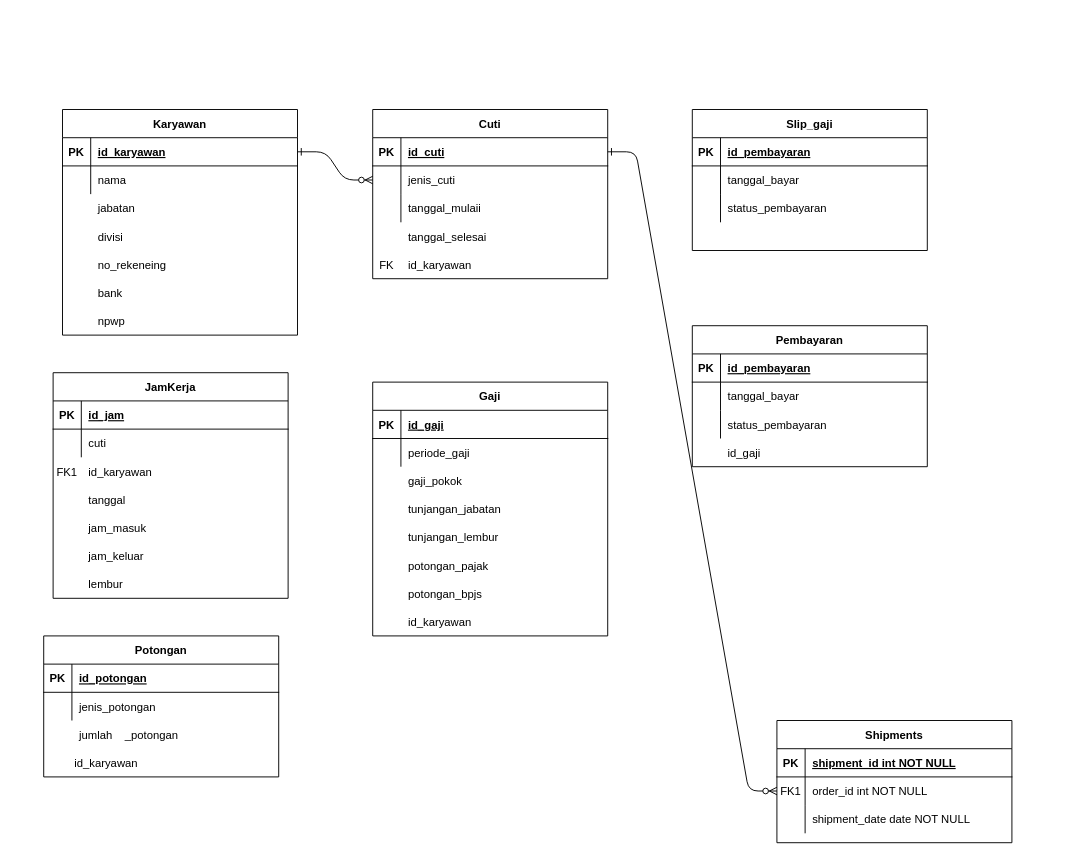
Earlier version of the draw.io diagram Untitled Diagram.drawio (Wigunagun/frontend). Source tidied: cells renumbered, new cells numbered last; positions are measured from the earlier drawing's top-left corner, leaving out a move shared by most shapes. Both pictures are drawn from the tidied source at 94%, with x=0, y=0 at pixel (43, 109).
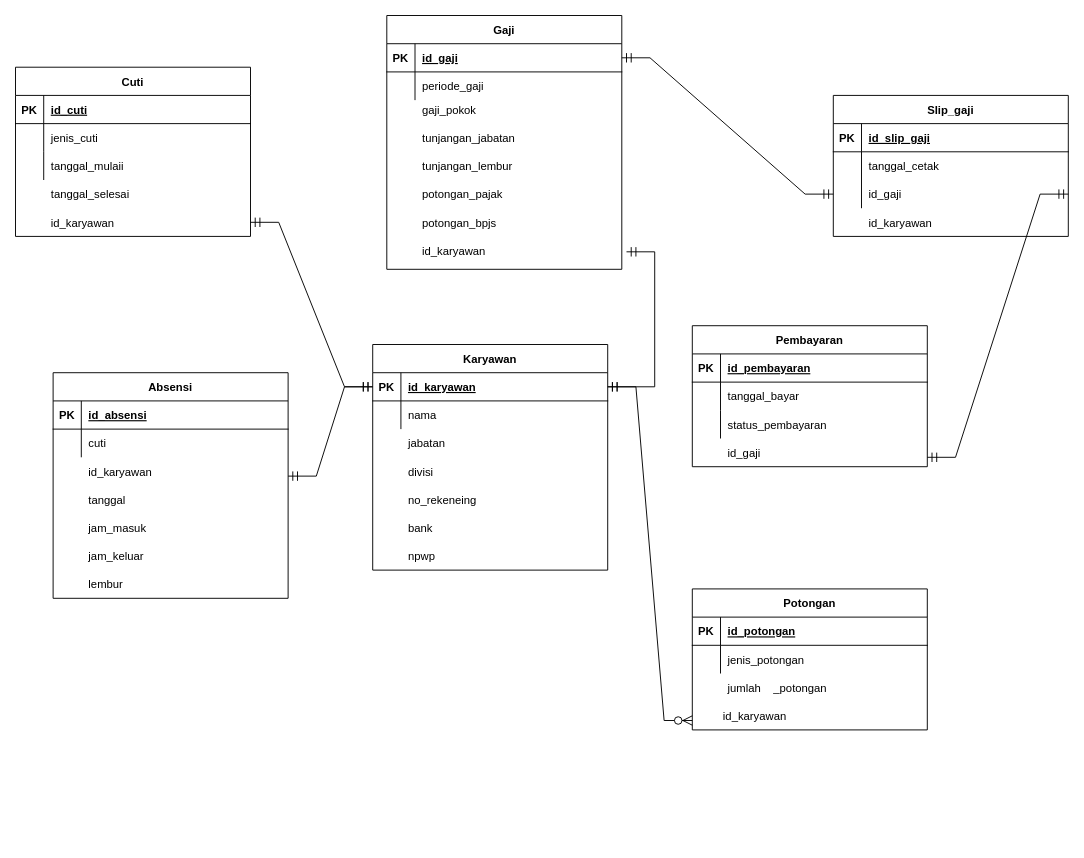
Above is the later version.

Commit message (it also covers changes not shown here):
ERD PAYROLL

Unchanged cells that the change refers to:
```xml
<mxCell id="5" style="shape=partialRectangle;fillColor=none;points=[[0,0.5],[1,0.5]];portConstraint=eastwest;top=0;left=0;right=0;bottom=1;" parent="4" vertex="1">
  <mxGeometry y="30" width="250" height="30" as="geometry" />
</mxCell>
<mxCell id="8" style="shape=partialRectangle;fillColor=none;points=[[0,0.5],[1,0.5]];portConstraint=eastwest;top=0;left=0;right=0;bottom=0;" parent="4" vertex="1">
  <mxGeometry y="60" width="250" height="30" as="geometry" />
</mxCell>
<mxCell id="25" style="shape=partialRectangle;fillColor=none;points=[[0,0.5],[1,0.5]];portConstraint=eastwest;top=0;left=0;right=0;bottom=1;" parent="24" vertex="1">
  <mxGeometry y="30" width="250" height="30" as="geometry" />
</mxCell>
<mxCell id="40" style="shape=partialRectangle;fillColor=none;top=0;left=0;right=0;bottom=1;" parent="39" vertex="1">
  <mxGeometry y="30" width="250" height="30" as="geometry" />
</mxCell>
<mxCell id="62" style="shape=partialRectangle;fillColor=none;points=[[0,0.5],[1,0.5]];portConstraint=eastwest;top=0;left=0;right=0;bottom=1;" parent="61" vertex="1">
  <mxGeometry y="30" width="250" height="30" as="geometry" />
</mxCell>
<mxCell id="86" style="shape=partialRectangle;fillColor=none;top=0;left=0;right=0;bottom=1;" parent="85" vertex="1">
  <mxGeometry y="30" width="250" height="30" as="geometry" />
</mxCell>
<mxCell id="89" style="shape=partialRectangle;fillColor=none;top=0;left=0;right=0;bottom=0;" parent="85" vertex="1">
  <mxGeometry y="60" width="250" height="30" as="geometry" />
</mxCell>
<mxCell id="92" style="shape=partialRectangle;fillColor=none;points=[[0,0.5],[1,0.5]];portConstraint=eastwest;top=0;left=0;right=0;bottom=0;" parent="85" vertex="1">
  <mxGeometry y="90" width="250" height="30" as="geometry" />
</mxCell>
```

What changed in the source:
```diff
@@
-    <mxCell id="2" style="edgeStyle=entityRelationEdgeStyle;endArrow=ERzeroToMany;startArrow=ERone;endFill=1;startFill=0;" parent="1" edge="1" source="25" target="8">
-      <mxGeometry relative="1" as="geometry" />
-    </mxCell>
-    <mxCell id="3" style="edgeStyle=entityRelationEdgeStyle;endArrow=ERzeroToMany;startArrow=ERone;endFill=1;startFill=0;" parent="1" edge="1" source="5" target="18">
-      <mxGeometry relative="1" as="geometry" />
-    </mxCell>
     <mxCell id="4" value="Cuti" style="shape=table;startSize=30;childLayout=tableLayout;rowLines=0;fontStyle=1;align=center;" parent="1" vertex="1">
-      <mxGeometry x="350" width="250" height="180" as="geometry" />
+      <mxGeometry x="-30" y="-45" width="250" height="180" as="geometry" />
     </mxCell>
@@
-    <mxCell id="14" value="Shipments" style="shape=table;startSize=30;childLayout=tableLayout;rowLines=0;fontStyle=1;align=center;" parent="1" vertex="1">
-      <mxGeometry x="780" y="650" width="250" height="130" as="geometry" />
-    </mxCell>
-    <mxCell id="15" style="shape=partialRectangle;fillColor=none;top=0;left=0;right=0;bottom=1;" parent="14" vertex="1">
-      <mxGeometry y="30" width="250" height="30" as="geometry" />
-    </mxCell>
-    <mxCell id="16" value="PK" style="shape=partialRectangle;overflow=hidden;fillColor=none;top=0;left=0;bottom=0;right=0;fontStyle=1;" parent="15" vertex="1">
-      <mxGeometry width="30" height="30" as="geometry" />
-    </mxCell>
-    <mxCell id="17" value="shipment_id int NOT NULL " style="shape=partialRectangle;overflow=hidden;fillColor=none;top=0;left=0;bottom=0;right=0;align=left;spacingLeft=6;fontStyle=5;" parent="15" vertex="1">
-      <mxGeometry x="30" width="220" height="30" as="geometry" />
-    </mxCell>
-    <mxCell id="18" style="shape=partialRectangle;fillColor=none;points=[[0,0.5],[1,0.5]];portConstraint=eastwest;top=0;left=0;right=0;bottom=0;" parent="14" vertex="1">
-      <mxGeometry y="60" width="250" height="30" as="geometry" />
-    </mxCell>
-    <mxCell id="19" value="FK1" style="shape=partialRectangle;overflow=hidden;fillColor=none;top=0;left=0;bottom=0;right=0;" parent="18" vertex="1">
-      <mxGeometry width="30" height="30" as="geometry" />
-    </mxCell>
-    <mxCell id="20" value="order_id int NOT NULL" style="shape=partialRectangle;overflow=hidden;fillColor=none;top=0;left=0;bottom=0;right=0;align=left;spacingLeft=6;" parent="18" vertex="1">
-      <mxGeometry x="30" width="220" height="30" as="geometry" />
-    </mxCell>
-    <mxCell id="21" style="shape=partialRectangle;fillColor=none;top=0;left=0;right=0;bottom=0;" parent="14" vertex="1">
-      <mxGeometry y="90" width="250" height="30" as="geometry" />
-    </mxCell>
-    <mxCell id="22" style="shape=partialRectangle;overflow=hidden;fillColor=none;top=0;left=0;bottom=0;right=0;" parent="21" vertex="1">
-      <mxGeometry width="30" height="30" as="geometry" />
-    </mxCell>
-    <mxCell id="23" value="shipment_date date NOT NULL" style="shape=partialRectangle;overflow=hidden;fillColor=none;top=0;left=0;bottom=0;right=0;align=left;spacingLeft=6;" parent="21" vertex="1">
-      <mxGeometry x="30" width="220" height="30" as="geometry" />
-    </mxCell>
     <mxCell id="24" value="Karyawan" style="shape=table;startSize=30;childLayout=tableLayout;rowLines=0;fontStyle=1;align=center;" parent="1" vertex="1">
-      <mxGeometry x="20" width="250" height="240" as="geometry" />
+      <mxGeometry x="350" y="250" width="250" height="240" as="geometry" />
     </mxCell>
@@
     <mxCell id="31" value="jabatan " style="shape=partialRectangle;overflow=hidden;fillColor=none;top=0;left=0;bottom=0;right=0;align=left;spacingLeft=6;" parent="1" vertex="1">
-      <mxGeometry x="50" y="90" width="220" height="30" as="geometry" />
+      <mxGeometry x="380" y="340" width="220" height="30" as="geometry" />
     </mxCell>
     <mxCell id="32" value="divisi " style="shape=partialRectangle;overflow=hidden;fillColor=none;top=0;left=0;bottom=0;right=0;align=left;spacingLeft=6;" parent="1" vertex="1">
-      <mxGeometry x="50" y="120" width="220" height="30" as="geometry" />
+      <mxGeometry x="380" y="370" width="220" height="30" as="geometry" />
     </mxCell>
     <mxCell id="33" value="no_rekeneing" style="shape=partialRectangle;overflow=hidden;fillColor=none;top=0;left=0;bottom=0;right=0;align=left;spacingLeft=6;" parent="1" vertex="1">
-      <mxGeometry x="50" y="150" width="220" height="30" as="geometry" />
+      <mxGeometry x="380" y="400" width="220" height="30" as="geometry" />
     </mxCell>
     <mxCell id="34" value="bank" style="shape=partialRectangle;overflow=hidden;fillColor=none;top=0;left=0;bottom=0;right=0;align=left;spacingLeft=6;" parent="1" vertex="1">
-      <mxGeometry x="50" y="180" width="220" height="30" as="geometry" />
+      <mxGeometry x="380" y="430" width="220" height="30" as="geometry" />
     </mxCell>
     <mxCell id="35" value="npwp" style="shape=partialRectangle;overflow=hidden;fillColor=none;top=0;left=0;bottom=0;right=0;align=left;spacingLeft=6;" parent="1" vertex="1">
-      <mxGeometry x="50" y="210" width="220" height="30" as="geometry" />
+      <mxGeometry x="380" y="460" width="220" height="30" as="geometry" />
     </mxCell>
     <mxCell id="36" value="tanggal_selesai" style="shape=partialRectangle;overflow=hidden;fillColor=none;top=0;left=0;bottom=0;right=0;align=left;spacingLeft=6;" parent="1" vertex="1">
-      <mxGeometry x="380" y="120" width="220" height="30" as="geometry" />
+      <mxGeometry y="75" width="220" height="30" as="geometry" />
     </mxCell>
     <mxCell id="37" value="id_karyawan" style="shape=partialRectangle;overflow=hidden;fillColor=none;top=0;left=0;bottom=0;right=0;align=left;spacingLeft=6;" parent="1" vertex="1">
-      <mxGeometry x="380" y="150" width="220" height="30" as="geometry" />
+      <mxGeometry y="105" width="220" height="30" as="geometry" />
     </mxCell>
-    <mxCell id="38" value="FK" style="shape=partialRectangle;overflow=hidden;fillColor=none;top=0;left=0;bottom=0;right=0;" parent="1" vertex="1">
-      <mxGeometry x="350" y="150" width="30" height="30" as="geometry" />
-    </mxCell>
-    <mxCell id="39" value="JamKerja" style="shape=table;startSize=30;childLayout=tableLayout;rowLines=0;fontStyle=1;align=center;" parent="1" vertex="1">
+    <mxCell id="39" value="Absensi" style="shape=table;startSize=30;childLayout=tableLayout;rowLines=0;fontStyle=1;align=center;" parent="1" vertex="1">
       <mxGeometry x="10" y="280" width="250" height="240" as="geometry" />
     </mxCell>
@@
-    <mxCell id="42" value="id_jam" style="shape=partialRectangle;overflow=hidden;fillColor=none;top=0;left=0;bottom=0;right=0;align=left;spacingLeft=6;fontStyle=5;" parent="40" vertex="1">
+    <mxCell id="42" value="id_absensi" style="shape=partialRectangle;overflow=hidden;fillColor=none;top=0;left=0;bottom=0;right=0;align=left;spacingLeft=6;fontStyle=5;" parent="40" vertex="1">
       <mxGeometry x="30" width="220" height="30" as="geometry" />
     </mxCell>
@@
-    <mxCell id="51" value="FK1" style="shape=partialRectangle;overflow=hidden;fillColor=none;top=0;left=0;bottom=0;right=0;" parent="1" vertex="1">
-      <mxGeometry x="10" y="370" width="30" height="30" as="geometry" />
-    </mxCell>
     <mxCell id="52" value="Potongan" style="shape=table;startSize=30;childLayout=tableLayout;rowLines=0;fontStyle=1;align=center;" parent="1" vertex="1">
-      <mxGeometry y="560" width="250" height="150" as="geometry" />
+      <mxGeometry x="690" y="510" width="250" height="150" as="geometry" />
     </mxCell>
@@
     <mxCell id="59" value="jumlah    _potongan" style="shape=partialRectangle;overflow=hidden;fillColor=none;top=0;left=0;bottom=0;right=0;align=left;spacingLeft=6;" parent="1" vertex="1">
-      <mxGeometry x="30" y="650" width="220" height="30" as="geometry" />
+      <mxGeometry x="720" y="600" width="220" height="30" as="geometry" />
     </mxCell>
     <mxCell id="60" value="id_karyawan" style="shape=partialRectangle;overflow=hidden;fillColor=none;top=0;left=0;bottom=0;right=0;align=left;spacingLeft=6;" parent="1" vertex="1">
-      <mxGeometry x="25" y="680" width="220" height="30" as="geometry" />
+      <mxGeometry x="715" y="630" width="220" height="30" as="geometry" />
     </mxCell>
     <mxCell id="61" value="Gaji" style="shape=table;startSize=30;childLayout=tableLayout;rowLines=0;fontStyle=1;align=center;" parent="1" vertex="1">
-      <mxGeometry x="350" y="290" width="250" height="270" as="geometry" />
+      <mxGeometry x="365" y="-100" width="250" height="270" as="geometry" />
     </mxCell>
@@
     <mxCell id="68" value="gaji_pokok" style="shape=partialRectangle;overflow=hidden;fillColor=none;top=0;left=0;bottom=0;right=0;align=left;spacingLeft=6;" parent="1" vertex="1">
-      <mxGeometry x="380" y="380" width="220" height="30" as="geometry" />
+      <mxGeometry x="395" y="-15" width="220" height="30" as="geometry" />
     </mxCell>
     <mxCell id="69" value="tunjangan_jabatan" style="shape=partialRectangle;overflow=hidden;fillColor=none;top=0;left=0;bottom=0;right=0;align=left;spacingLeft=6;" parent="1" vertex="1">
-      <mxGeometry x="380" y="410" width="220" height="30" as="geometry" />
+      <mxGeometry x="395" y="15" width="220" height="30" as="geometry" />
     </mxCell>
     <mxCell id="70" value="potongan_bpjs" style="shape=partialRectangle;overflow=hidden;fillColor=none;top=0;left=0;bottom=0;right=0;align=left;spacingLeft=6;" parent="1" vertex="1">
-      <mxGeometry x="380" y="500" width="220" height="30" as="geometry" />
+      <mxGeometry x="395" y="105" width="220" height="30" as="geometry" />
     </mxCell>
     <mxCell id="71" value="tunjangan_lembur" style="shape=partialRectangle;overflow=hidden;fillColor=none;top=0;left=0;bottom=0;right=0;align=left;spacingLeft=6;" parent="1" vertex="1">
-      <mxGeometry x="380" y="440" width="220" height="30" as="geometry" />
+      <mxGeometry x="395" y="45" width="220" height="30" as="geometry" />
     </mxCell>
     <mxCell id="72" value="potongan_pajak" style="shape=partialRectangle;overflow=hidden;fillColor=none;top=0;left=0;bottom=0;right=0;align=left;spacingLeft=6;" parent="1" vertex="1">
-      <mxGeometry x="380" y="470" width="220" height="30" as="geometry" />
+      <mxGeometry x="395" y="75" width="220" height="30" as="geometry" />
     </mxCell>
     <mxCell id="73" value="id_karyawan" style="shape=partialRectangle;overflow=hidden;fillColor=none;top=0;left=0;bottom=0;right=0;align=left;spacingLeft=6;" parent="1" vertex="1">
-      <mxGeometry x="380" y="530" width="220" height="30" as="geometry" />
+      <mxGeometry x="395" y="135" width="220" height="30" as="geometry" />
     </mxCell>
@@
     <mxCell id="85" value="Slip_gaji" style="shape=table;startSize=30;childLayout=tableLayout;rowLines=0;fontStyle=1;align=center;" parent="1" vertex="1">
-      <mxGeometry x="690" width="250" height="150" as="geometry" />
+      <mxGeometry x="840" y="-15" width="250" height="150" as="geometry" />
     </mxCell>
@@
-    <mxCell id="88" value="id_pembayaran" style="shape=partialRectangle;overflow=hidden;fillColor=none;top=0;left=0;bottom=0;right=0;align=left;spacingLeft=6;fontStyle=5;" parent="86" vertex="1">
+    <mxCell id="88" value="id_slip_gaji" style="shape=partialRectangle;overflow=hidden;fillColor=none;top=0;left=0;bottom=0;right=0;align=left;spacingLeft=6;fontStyle=5;" parent="86" vertex="1">
       <mxGeometry x="30" width="220" height="30" as="geometry" />
     </mxCell>
@@
-    <mxCell id="91" value="tanggal_bayar" style="shape=partialRectangle;overflow=hidden;fillColor=none;top=0;left=0;bottom=0;right=0;align=left;spacingLeft=6;" parent="89" vertex="1">
+    <mxCell id="91" value="tanggal_cetak" style="shape=partialRectangle;overflow=hidden;fillColor=none;top=0;left=0;bottom=0;right=0;align=left;spacingLeft=6;" parent="89" vertex="1">
       <mxGeometry x="30" width="220" height="30" as="geometry" />
     </mxCell>
@@
-    <mxCell id="94" value="status_pembayaran" style="shape=partialRectangle;overflow=hidden;fillColor=none;top=0;left=0;bottom=0;right=0;align=left;spacingLeft=6;" parent="92" vertex="1">
+    <mxCell id="94" value="id_gaji" style="shape=partialRectangle;overflow=hidden;fillColor=none;top=0;left=0;bottom=0;right=0;align=left;spacingLeft=6;" parent="92" vertex="1">
       <mxGeometry x="30" width="220" height="30" as="geometry" />
     </mxCell>
+    <mxCell id="95" value="id_karyawan" style="shape=partialRectangle;overflow=hidden;fillColor=none;top=0;left=0;bottom=0;right=0;align=left;spacingLeft=6;" parent="1" vertex="1">
+      <mxGeometry x="870" y="105" width="220" height="30" as="geometry" />
+    </mxCell>
+    <mxCell id="96" style="edgeStyle=entityRelationEdgeStyle;fontSize=12;html=1;endArrow=ERmandOne;startArrow=ERmandOne;rounded=0;startSize=8;endSize=8;" parent="1" edge="1">
+      <mxGeometry relative="1" as="geometry">
+        <mxPoint x="220" y="120" as="sourcePoint" />
+        <mxPoint x="350" y="295" as="targetPoint" />
+      </mxGeometry>
+    </mxCell>
+    <mxCell id="97" style="edgeStyle=entityRelationEdgeStyle;fontSize=12;html=1;endArrow=ERmandOne;startArrow=ERmandOne;rounded=0;startSize=8;endSize=8;entryX=0;entryY=0.5;entryDx=0;entryDy=0;" parent="1" edge="1" target="25">
+      <mxGeometry relative="1" as="geometry">
+        <mxPoint x="260" y="390" as="sourcePoint" />
+      </mxGeometry>
+    </mxCell>
+    <mxCell id="98" style="edgeStyle=entityRelationEdgeStyle;fontSize=12;html=1;endArrow=ERmandOne;startArrow=ERmandOne;rounded=0;startSize=8;endSize=8;exitX=1;exitY=0.5;exitDx=0;exitDy=0;entryX=0;entryY=0.5;entryDx=0;entryDy=0;" parent="1" edge="1" source="62" target="92">
+      <mxGeometry relative="1" as="geometry" />
+    </mxCell>
+    <mxCell id="99" style="edgeStyle=entityRelationEdgeStyle;fontSize=12;html=1;endArrow=ERmandOne;startArrow=ERmandOne;rounded=0;startSize=8;endSize=8;entryX=1;entryY=0.5;entryDx=0;entryDy=0;" parent="1" edge="1" target="25">
+      <mxGeometry relative="1" as="geometry">
+        <mxPoint x="620" y="151.4" as="sourcePoint" />
+      </mxGeometry>
+    </mxCell>
+    <mxCell id="100" style="edgeStyle=entityRelationEdgeStyle;fontSize=12;html=1;endArrow=ERzeroToMany;startArrow=ERmandOne;rounded=0;startSize=8;endSize=8;exitX=1;exitY=0.5;exitDx=0;exitDy=0;" parent="1" edge="1" source="25">
+      <mxGeometry relative="1" as="geometry">
+        <mxPoint x="690" y="650" as="targetPoint" />
+      </mxGeometry>
+    </mxCell>
+    <mxCell id="101" style="edgeStyle=entityRelationEdgeStyle;fontSize=12;html=1;endArrow=ERmandOne;startArrow=ERmandOne;rounded=0;startSize=8;endSize=8;entryX=1;entryY=0.5;entryDx=0;entryDy=0;" parent="1" edge="1" target="92">
+      <mxGeometry relative="1" as="geometry">
+        <mxPoint x="940" y="370" as="sourcePoint" />
+      </mxGeometry>
+    </mxCell>
```
